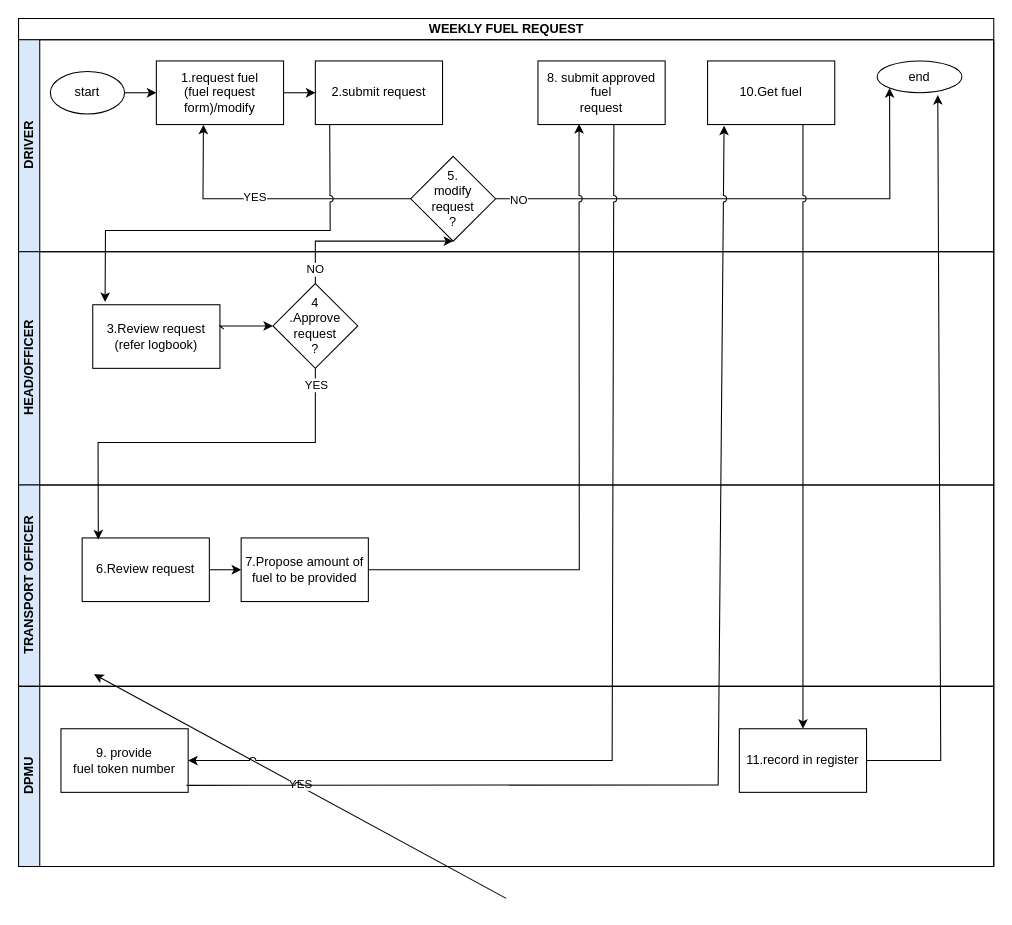
Above: page "weekly fuel request" (8 of 12) of wajibika/wajibika-sketches.drawio in MbalamulaS/tech-diagrams (draw.io), before the change. Source tidied: cells renumbered, new cells numbered last; positions are measured from the earlier drawing's top-left corner, leaving out a move shared by most shapes. Both pictures are drawn from the tidied source at 106%, with x=0, y=0 at pixel (18, 18).
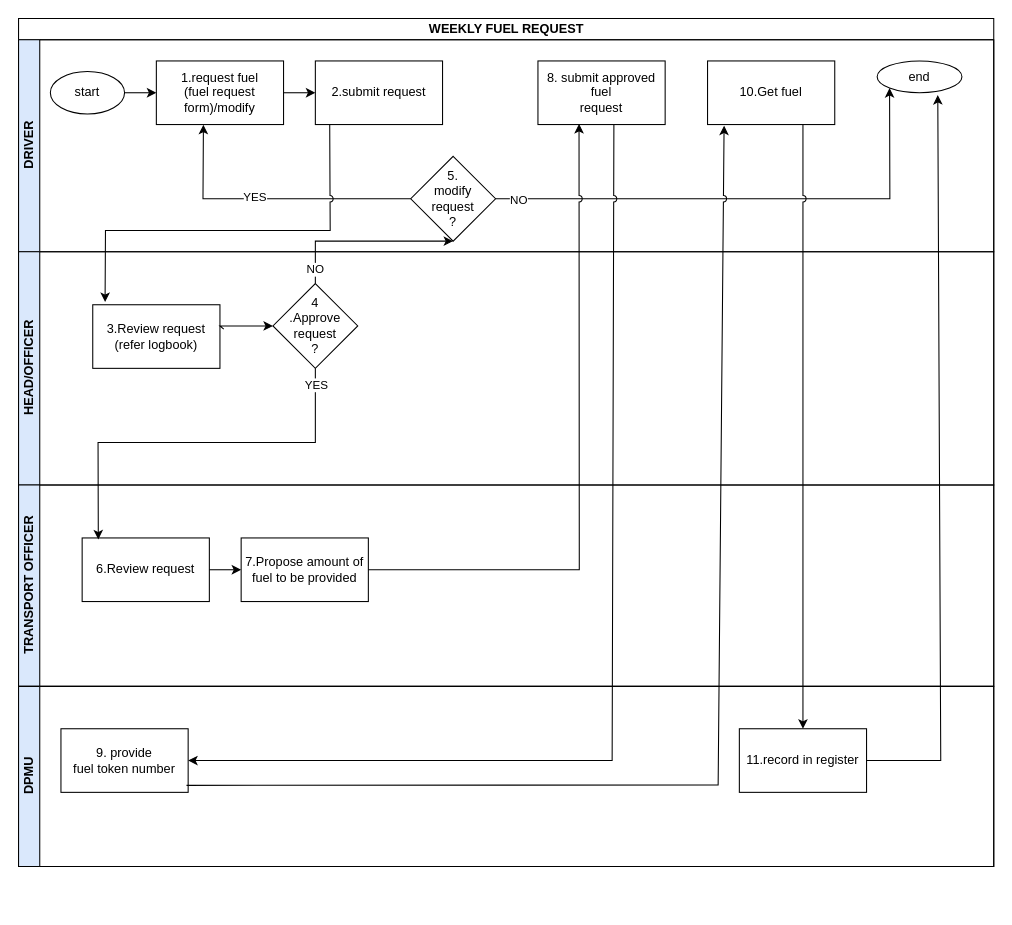
The same page after the edit.

The change refers to these unchanged cells:
```xml
<mxCell id="2" value="WEEKLY FUEL REQUEST" style="swimlane;horizontal=1;startSize=20;html=1;" parent="1" vertex="1">
  <mxGeometry width="920" height="800" as="geometry" />
</mxCell>
```

The edit, as a diff of the source:
```diff
@@
-    <mxCell id="26" style="endArrow=classic;html=1;rounded=0;exitX=0;exitY=0.5;exitDx=0;exitDy=0;entryX=0.343;entryY=0.977;entryDx=0;entryDy=0;entryPerimeter=0;" parent="2" edge="1">
-      <mxGeometry relative="1" as="geometry">
-        <mxPoint x="460" y="830" as="sourcePoint" />
-        <mxPoint x="71.2" y="618.6" as="targetPoint" />
-      </mxGeometry>
-    </mxCell>
-    <mxCell id="27" value="YES" style="edgeLabel;html=1;align=center;verticalAlign=middle;" parent="26" vertex="1">
-      <mxGeometry x="0.01" y="-2" relative="1" as="geometry" />
-    </mxCell>
```
